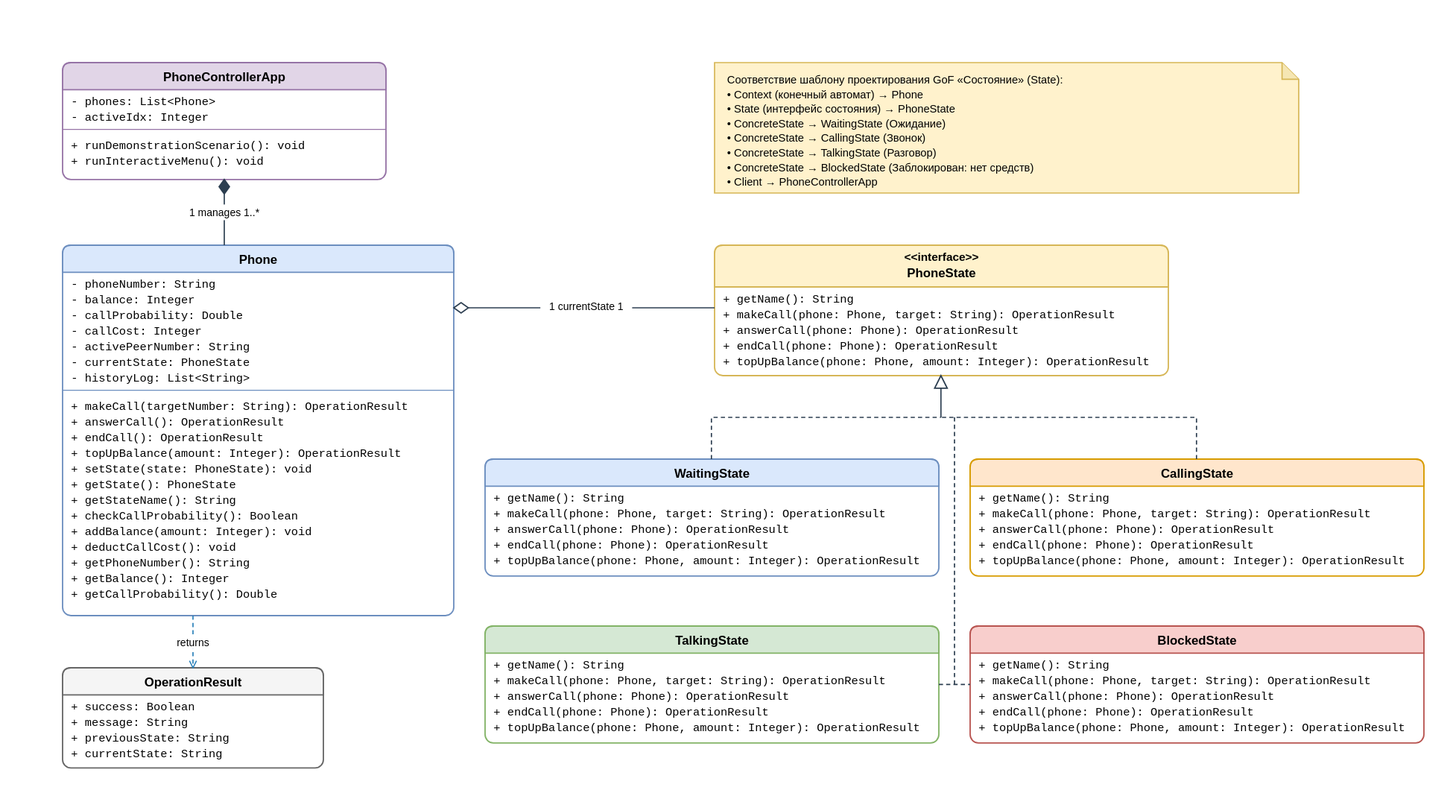
Before: lab-4/class_diagram.drawio.svg, a diagram exported from PlantUML (NomenConservandum/informational-systems-and-design-lab-exercises). Its source is kept beside it as lab-4/class_diagram.puml. The source it was exported from:
```plantuml
@startuml
skinparam classAttributeIconSize 0
skinparam monochrome false
skinparam roundcorner 10
skinparam shadowing false

skinparam class {
    BackgroundColor White
    BorderColor #2C3E50
    ArrowColor #2C3E50
    FontName Helvetica
}

class PhoneControllerApp {
    - phones: List<Phone>
    - activeIdx: Integer
    + runDemonstrationScenario(): void
    + runInteractiveMenu(): void
}

class Phone {
    - phoneNumber: String
    - balance: Integer
    - callProbability: Double
    - callCost: Integer
    - activePeerNumber: String
    - currentState: PhoneState
    - historyLog: List<String>
    + makeCall(targetNumber: String): OperationResult
    + answerCall(): OperationResult
    + endCall(): OperationResult
    + topUpBalance(amount: Integer): OperationResult
    + setState(state: PhoneState): void
    + getState(): PhoneState
    + getStateName(): String
    + checkCallProbability(): Boolean
    + addBalance(amount: Integer): void
    + deductCallCost(): void
    + getPhoneNumber(): String
    + getBalance(): Integer
    + getCallProbability(): Double
}

interface PhoneState <<interface>> {
    + getName(): String
    + makeCall(phone: Phone, targetNumber: String): OperationResult
    + answerCall(phone: Phone): OperationResult
    + endCall(phone: Phone): OperationResult
    + topUpBalance(phone: Phone, amount: Integer): OperationResult
}

class WaitingState {
    + getName(): String
    + makeCall(phone: Phone, targetNumber: String): OperationResult
    + answerCall(phone: Phone): OperationResult
    + endCall(phone: Phone): OperationResult
    + topUpBalance(phone: Phone, amount: Integer): OperationResult
}

class CallingState {
    + getName(): String
    + makeCall(phone: Phone, targetNumber: String): OperationResult
    + answerCall(phone: Phone): OperationResult
    + endCall(phone: Phone): OperationResult
    + topUpBalance(phone: Phone, amount: Integer): OperationResult
}

class TalkingState {
    + getName(): String
    + makeCall(phone: Phone, targetNumber: String): OperationResult
    + answerCall(phone: Phone): OperationResult
    + endCall(phone: Phone): OperationResult
    + topUpBalance(phone: Phone, amount: Integer): OperationResult
}

class BlockedState {
    + getName(): String
    + makeCall(phone: Phone, targetNumber: String): OperationResult
    + answerCall(phone: Phone): OperationResult
    + endCall(phone: Phone): OperationResult
    + topUpBalance(phone: Phone, amount: Integer): OperationResult
}

class OperationResult {
    + success: Boolean
    + message: String
    + previousState: String
    + currentState: String
}

PhoneControllerApp "1" *-- "1..*" Phone : manages
Phone "1" o-- "1" PhoneState : currentState
Phone ..> OperationResult : returns

PhoneState <|.. WaitingState
PhoneState <|.. CallingState
PhoneState <|.. TalkingState
PhoneState <|.. BlockedState

note top of PhoneState
  Соответствие шаблону проектирования GoF «Состояние» (State):
  • Context (конечный автомат) → Phone
  • State (интерфейс состояния) → PhoneState
  • ConcreteState → WaitingState (Ожидание)
  • ConcreteState → CallingState (Звонок)
  • ConcreteState → TalkingState (Разговор)
  • ConcreteState → BlockedState (Заблокирован: нет средств)
  • Client → PhoneControllerApp
end note

@enduml
```
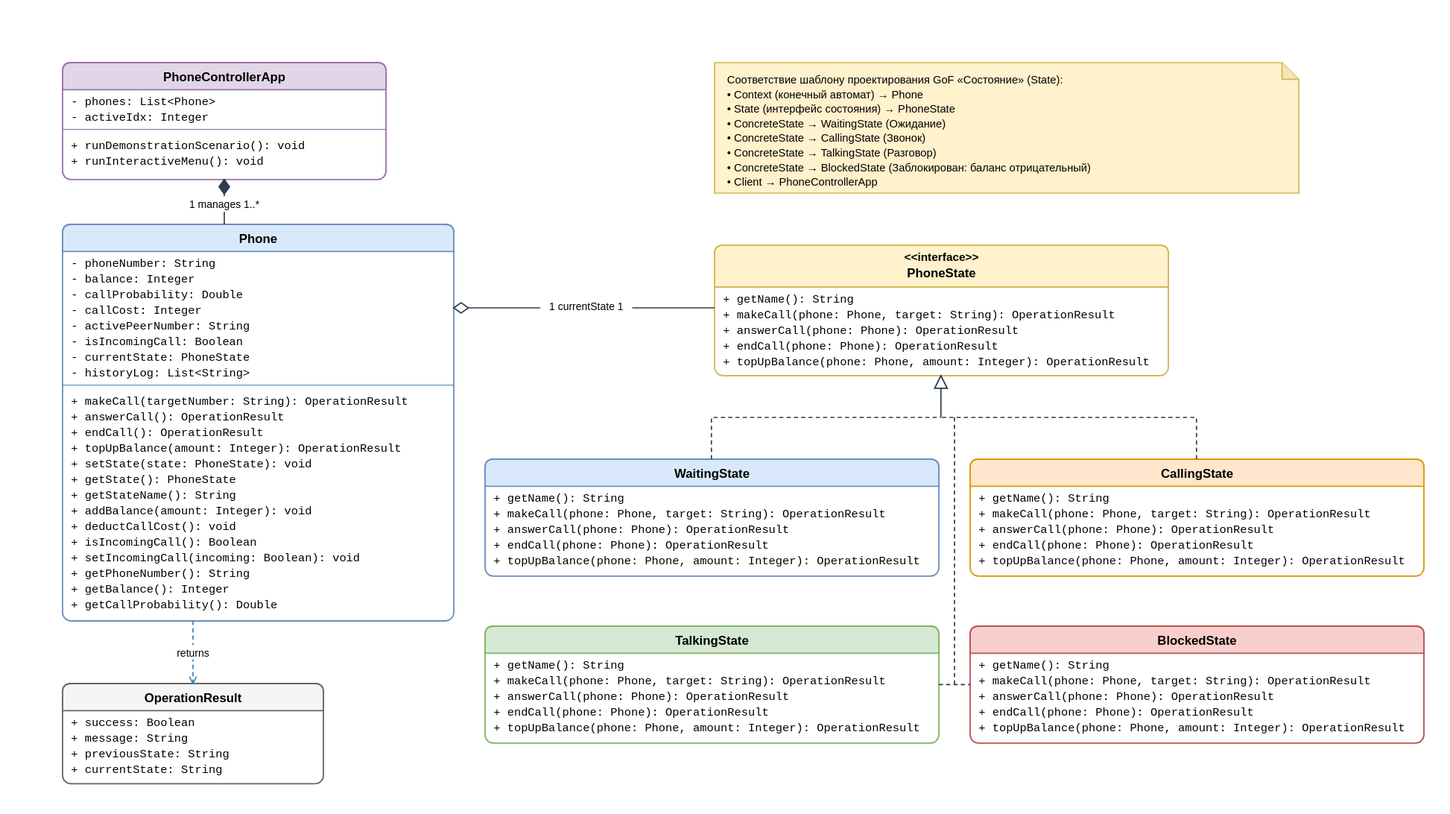
Above is the later version.

The edit, as a diff of the source:
```diff
@@ -24,6 +24,7 @@
     - callProbability: Double
     - callCost: Integer
     - activePeerNumber: String
+    - isIncomingCall: Boolean
     - currentState: PhoneState
     - historyLog: List<String>
     + makeCall(targetNumber: String): OperationResult
@@ -33,9 +34,10 @@
     + setState(state: PhoneState): void
     + getState(): PhoneState
     + getStateName(): String
-    + checkCallProbability(): Boolean
     + addBalance(amount: Integer): void
     + deductCallCost(): void
+    + isIncomingCall(): Boolean
+    + setIncomingCall(incoming: Boolean): void
     + getPhoneNumber(): String
     + getBalance(): Integer
     + getCallProbability(): Double
@@ -104,7 +106,7 @@
   • ConcreteState → WaitingState (Ожидание)
   • ConcreteState → CallingState (Звонок)
   • ConcreteState → TalkingState (Разговор)
-  • ConcreteState → BlockedState (Заблокирован: нет средств)
+  • ConcreteState → BlockedState (Заблокирован: баланс отрицательный)
   • Client → PhoneControllerApp
 end note
 
```
